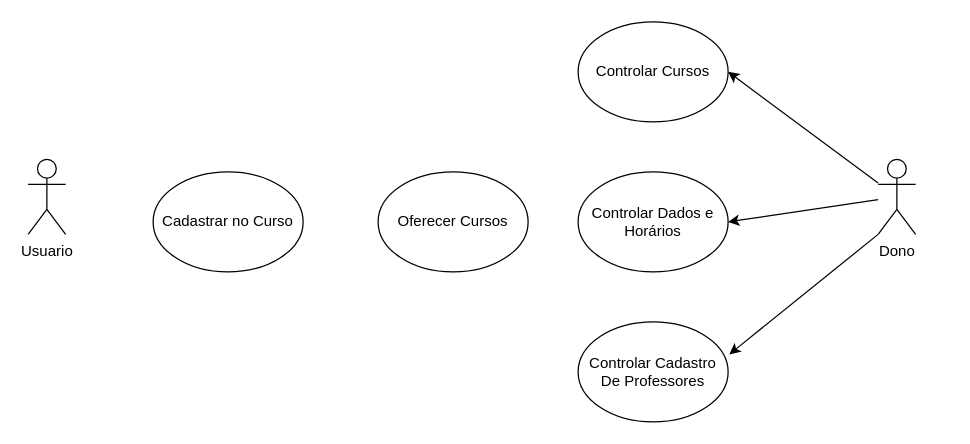
This is SextaTarefa.drawio from ArcanjoDaGuarda/AnjoProjetos, a draw.io file, before an edit. Source tidied: cells renumbered, new cells numbered last; positions are measured from the earlier drawing's top-left corner, leaving out a move shared by most shapes. Both pictures are drawn from the tidied source at 125%, with x=0, y=0 at pixel (28, 21).
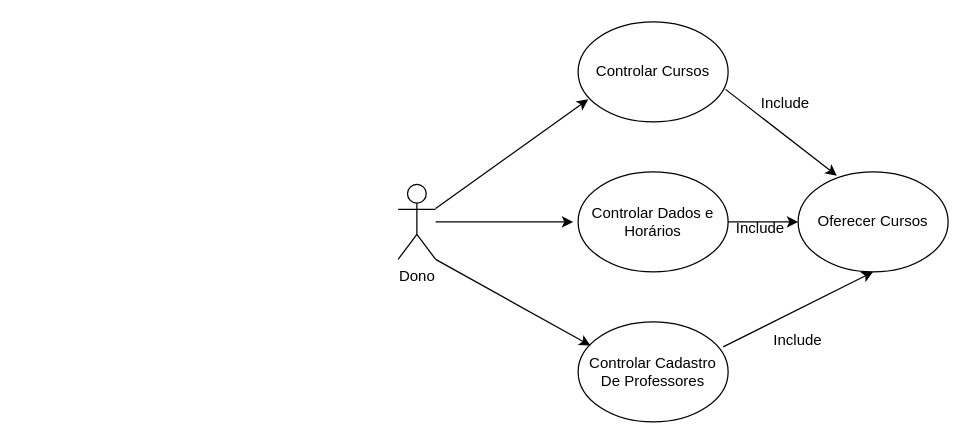
Above is the later version.

The edit, as a diff of the source:
```diff
@@
 <mxGraphModel>
   <root>
     <mxCell id="0" />
     <mxCell id="1" parent="0" />
-    <mxCell id="2" value="Usuario&lt;br&gt;" style="shape=umlActor;verticalLabelPosition=bottom;verticalAlign=top;html=1;" parent="1" vertex="1">
-      <mxGeometry y="110" width="30" height="60" as="geometry" />
-    </mxCell>
-    <mxCell id="3" value="Cadastrar no Curso" style="ellipse;whiteSpace=wrap;html=1;" parent="1" vertex="1">
-      <mxGeometry x="100" y="120" width="120" height="80" as="geometry" />
-    </mxCell>
     <mxCell id="4" value="Dono" style="shape=umlActor;verticalLabelPosition=bottom;verticalAlign=top;html=1;outlineConnect=0;" parent="1" vertex="1">
-      <mxGeometry x="680" y="110" width="30" height="60" as="geometry" />
+      <mxGeometry x="296" y="130" width="30" height="60" as="geometry" />
     </mxCell>
     <mxCell id="5" value="Controlar Cursos" style="ellipse;whiteSpace=wrap;html=1;" parent="1" vertex="1">
       <mxGeometry x="440" width="120" height="80" as="geometry" />
     </mxCell>
     <mxCell id="6" value="Controlar Cadastro De Professores" style="ellipse;whiteSpace=wrap;html=1;" parent="1" vertex="1">
       <mxGeometry x="440" y="240" width="120" height="80" as="geometry" />
     </mxCell>
     <mxCell id="7" value="Controlar Dados e Horários" style="ellipse;whiteSpace=wrap;html=1;" parent="1" vertex="1">
       <mxGeometry x="440" y="120" width="120" height="80" as="geometry" />
     </mxCell>
     <mxCell id="8" value="Oferecer Cursos" style="ellipse;whiteSpace=wrap;html=1;" parent="1" vertex="1">
-      <mxGeometry x="280" y="120" width="120" height="80" as="geometry" />
+      <mxGeometry x="616" y="120" width="120" height="80" as="geometry" />
     </mxCell>
-    <mxCell id="9" style="endArrow=classic;html=1;rounded=0;entryX=1;entryY=0.5;entryDx=0;entryDy=0;" parent="1" edge="1" source="4" target="5">
+    <mxCell id="9" style="endArrow=classic;html=1;rounded=0;entryX=0.067;entryY=0.775;entryDx=0;entryDy=0;entryPerimeter=0;" parent="1" edge="1" source="4" target="5">
       <mxGeometry relative="1" as="geometry" />
     </mxCell>
-    <mxCell id="10" style="endArrow=classic;html=1;rounded=0;entryX=1;entryY=0.5;entryDx=0;entryDy=0;" parent="1" edge="1" source="4" target="7">
-      <mxGeometry relative="1" as="geometry" />
+    <mxCell id="10" style="endArrow=classic;html=1;rounded=0;" parent="1" edge="1" source="4">
+      <mxGeometry relative="1" as="geometry">
+        <mxPoint x="436" y="160" as="targetPoint" />
+      </mxGeometry>
     </mxCell>
-    <mxCell id="11" style="endArrow=classic;html=1;rounded=0;exitX=0;exitY=1;exitDx=0;exitDy=0;exitPerimeter=0;entryX=1.008;entryY=0.325;entryDx=0;entryDy=0;entryPerimeter=0;" parent="1" edge="1" source="4" target="6">
+    <mxCell id="11" style="endArrow=classic;html=1;rounded=0;exitX=1;exitY=1;exitDx=0;exitDy=0;exitPerimeter=0;entryX=0.083;entryY=0.238;entryDx=0;entryDy=0;entryPerimeter=0;" parent="1" edge="1" source="4" target="6">
       <mxGeometry relative="1" as="geometry" />
     </mxCell>
+    <mxCell id="12" style="endArrow=classic;html=1;rounded=0;entryX=0.5;entryY=1;entryDx=0;entryDy=0;exitX=0.967;exitY=0.25;exitDx=0;exitDy=0;exitPerimeter=0;" parent="1" edge="1" source="6" target="8">
+      <mxGeometry relative="1" as="geometry" />
+    </mxCell>
+    <mxCell id="13" style="endArrow=classic;html=1;rounded=0;entryX=0.258;entryY=0.038;entryDx=0;entryDy=0;entryPerimeter=0;exitX=0.983;exitY=0.675;exitDx=0;exitDy=0;exitPerimeter=0;" parent="1" edge="1" source="5" target="8">
+      <mxGeometry relative="1" as="geometry" />
+    </mxCell>
+    <mxCell id="14" style="endArrow=classic;html=1;rounded=0;entryX=0;entryY=0.5;entryDx=0;entryDy=0;exitX=1;exitY=0.5;exitDx=0;exitDy=0;" parent="1" edge="1" source="7" target="8">
+      <mxGeometry relative="1" as="geometry" />
+    </mxCell>
+    <mxCell id="15" value="Include" style="text;html=1;strokeColor=none;fillColor=none;align=center;verticalAlign=middle;whiteSpace=wrap;rounded=0;" parent="1" vertex="1">
+      <mxGeometry x="576" y="50" width="60" height="30" as="geometry" />
+    </mxCell>
+    <mxCell id="16" value="Include" style="text;html=1;strokeColor=none;fillColor=none;align=center;verticalAlign=middle;whiteSpace=wrap;rounded=0;" parent="1" vertex="1">
+      <mxGeometry x="556" y="150" width="60" height="30" as="geometry" />
+    </mxCell>
+    <mxCell id="17" value="Include" style="text;html=1;strokeColor=none;fillColor=none;align=center;verticalAlign=middle;whiteSpace=wrap;rounded=0;" parent="1" vertex="1">
+      <mxGeometry x="586" y="240" width="60" height="30" as="geometry" />
+    </mxCell>
   </root>
 </mxGraphModel>
```
